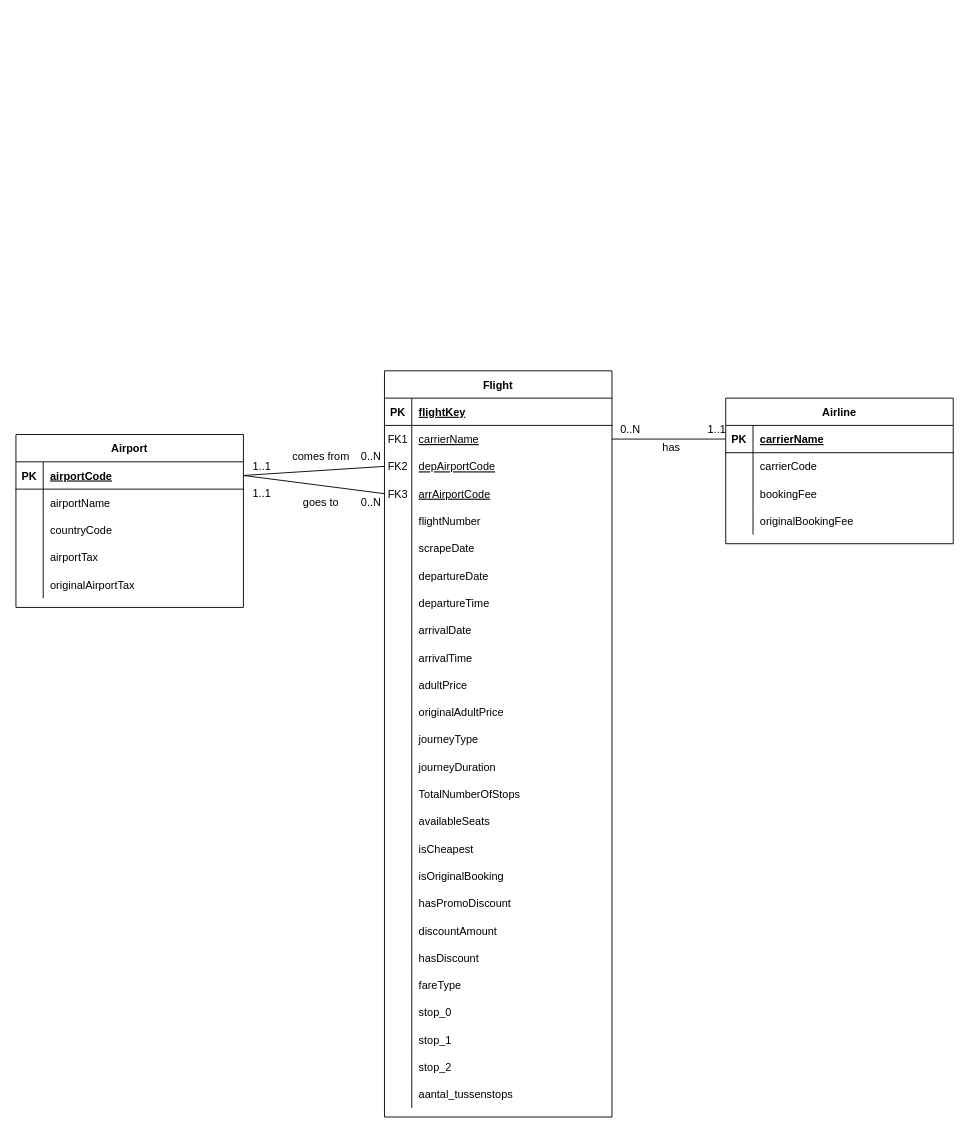
Before: erd.drawio in Floris-Buyse-FB/Data-Engineering-Project, a draw.io diagram. Source tidied: cells renumbered, new cells numbered last; positions are measured from the earlier drawing's top-left corner, leaving out a move shared by most shapes. Both pictures are drawn from the tidied source at 91%, with x=0, y=0 at pixel (15, 370).
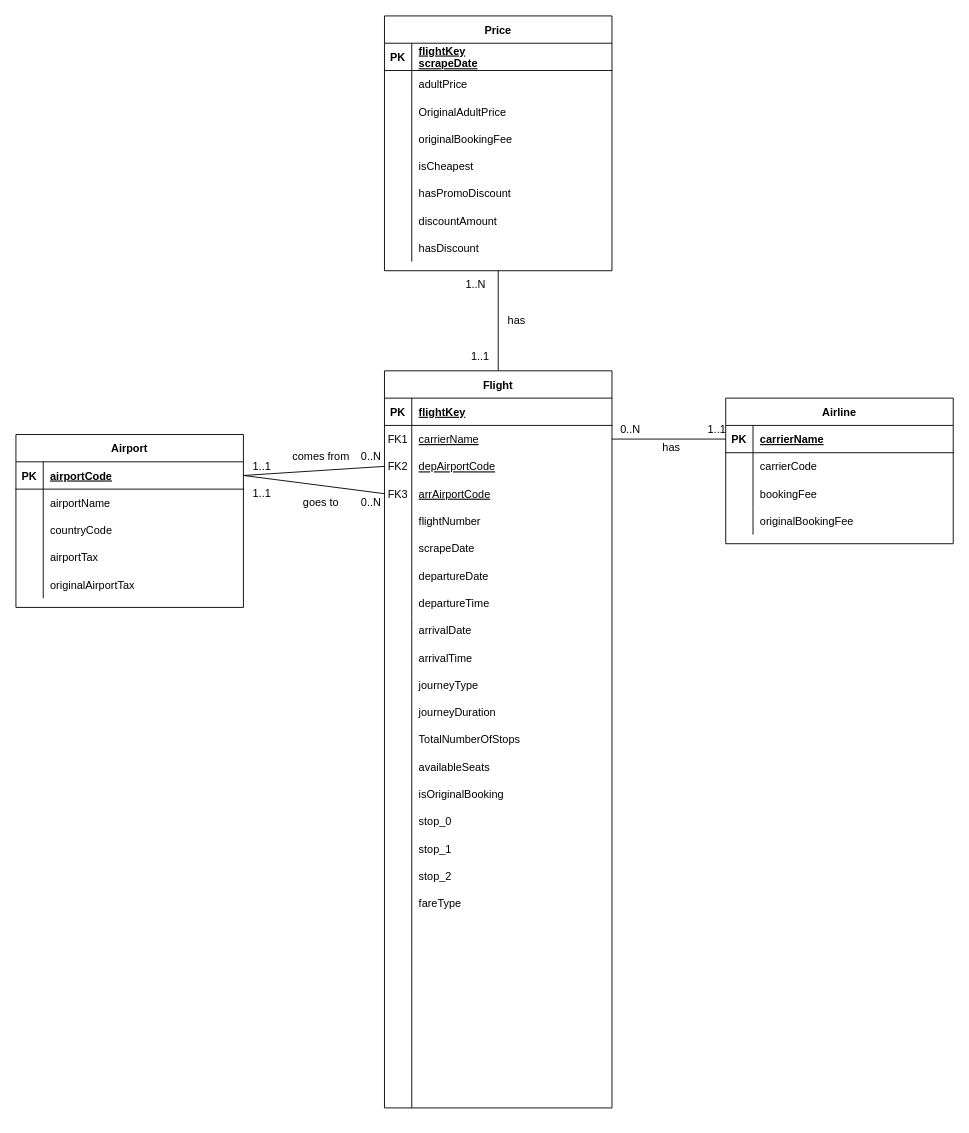
Above is the later version.

Unchanged cells that the change refers to:
```xml
<mxCell id="78" style="shape=partialRectangle;fillColor=none;top=0;left=0;right=0;bottom=0;" parent="2" vertex="1">
  <mxGeometry y="780" width="250" height="30" as="geometry" />
</mxCell>
```

Diff of the diagram source:
```diff
@@
     <mxCell id="2" value="Flight" style="shape=table;startSize=30;childLayout=tableLayout;rowLines=0;fontStyle=1;align=center;" parent="1" vertex="1">
-      <mxGeometry x="405" width="250" height="820" as="geometry" />
+      <mxGeometry x="405" width="250" height="810" as="geometry" />
     </mxCell>
@@
-    <mxCell id="33" style="shape=partialRectangle;fillColor=none;top=0;left=0;right=0;bottom=0;" parent="2" vertex="1">
-      <mxGeometry y="330" width="250" height="30" as="geometry" />
-    </mxCell>
-    <mxCell id="34" value="    " style="shape=partialRectangle;overflow=hidden;fillColor=none;top=0;left=0;bottom=0;right=0;" parent="33" vertex="1">
-      <mxGeometry width="30" height="30" as="geometry" />
-    </mxCell>
-    <mxCell id="35" value="adultPrice" style="shape=partialRectangle;overflow=hidden;fillColor=none;top=0;left=0;bottom=0;right=0;align=left;spacingLeft=6;" parent="33" vertex="1">
-      <mxGeometry x="30" width="220" height="30" as="geometry" />
-    </mxCell>
-    <mxCell id="36" style="shape=partialRectangle;fillColor=none;top=0;left=0;right=0;bottom=0;" parent="2" vertex="1">
-      <mxGeometry y="360" width="250" height="30" as="geometry" />
-    </mxCell>
-    <mxCell id="37" value="    " style="shape=partialRectangle;overflow=hidden;fillColor=none;top=0;left=0;bottom=0;right=0;" parent="36" vertex="1">
-      <mxGeometry width="30" height="30" as="geometry" />
-    </mxCell>
-    <mxCell id="38" value="originalAdultPrice" style="shape=partialRectangle;overflow=hidden;fillColor=none;top=0;left=0;bottom=0;right=0;align=left;spacingLeft=6;" parent="36" vertex="1">
-      <mxGeometry x="30" width="220" height="30" as="geometry" />
-    </mxCell>
     <mxCell id="39" style="shape=partialRectangle;fillColor=none;top=0;left=0;right=0;bottom=0;" parent="2" vertex="1">
-      <mxGeometry y="390" width="250" height="30" as="geometry" />
+      <mxGeometry y="330" width="250" height="30" as="geometry" />
     </mxCell>
@@
     <mxCell id="42" style="shape=partialRectangle;fillColor=none;top=0;left=0;right=0;bottom=0;" parent="2" vertex="1">
-      <mxGeometry y="420" width="250" height="30" as="geometry" />
+      <mxGeometry y="360" width="250" height="30" as="geometry" />
     </mxCell>
@@
     <mxCell id="45" style="shape=partialRectangle;fillColor=none;top=0;left=0;right=0;bottom=0;" parent="2" vertex="1">
-      <mxGeometry y="450" width="250" height="30" as="geometry" />
+      <mxGeometry y="390" width="250" height="30" as="geometry" />
     </mxCell>
@@
     <mxCell id="48" style="shape=partialRectangle;fillColor=none;top=0;left=0;right=0;bottom=0;" parent="2" vertex="1">
-      <mxGeometry y="480" width="250" height="30" as="geometry" />
+      <mxGeometry y="420" width="250" height="30" as="geometry" />
     </mxCell>
@@
+    <mxCell id="54" style="shape=partialRectangle;fillColor=none;top=0;left=0;right=0;bottom=0;" parent="2" vertex="1">
+      <mxGeometry y="450" width="250" height="30" as="geometry" />
+    </mxCell>
+    <mxCell id="55" style="shape=partialRectangle;overflow=hidden;fillColor=none;top=0;left=0;bottom=0;right=0;" parent="54" vertex="1">
+      <mxGeometry width="30" height="30" as="geometry" />
+    </mxCell>
+    <mxCell id="56" value="isOriginalBooking" style="shape=partialRectangle;overflow=hidden;fillColor=none;top=0;left=0;bottom=0;right=0;align=left;spacingLeft=6;" parent="54" vertex="1">
+      <mxGeometry x="30" width="220" height="30" as="geometry" />
+    </mxCell>
+    <mxCell id="69" style="shape=partialRectangle;fillColor=none;top=0;left=0;right=0;bottom=0;" parent="2" vertex="1">
+      <mxGeometry y="480" width="250" height="30" as="geometry" />
+    </mxCell>
+    <mxCell id="70" style="shape=partialRectangle;overflow=hidden;fillColor=none;top=0;left=0;bottom=0;right=0;" parent="69" vertex="1">
+      <mxGeometry width="30" height="30" as="geometry" />
+    </mxCell>
+    <mxCell id="71" value="stop_0" style="shape=partialRectangle;overflow=hidden;fillColor=none;top=0;left=0;bottom=0;right=0;align=left;spacingLeft=6;" parent="69" vertex="1">
+      <mxGeometry x="30" width="220" height="30" as="geometry" />
+    </mxCell>
+    <mxCell id="72" style="shape=partialRectangle;fillColor=none;top=0;left=0;right=0;bottom=0;" parent="2" vertex="1">
+      <mxGeometry y="510" width="250" height="30" as="geometry" />
+    </mxCell>
+    <mxCell id="73" style="shape=partialRectangle;overflow=hidden;fillColor=none;top=0;left=0;bottom=0;right=0;" parent="72" vertex="1">
+      <mxGeometry width="30" height="30" as="geometry" />
+    </mxCell>
+    <mxCell id="74" value="stop_1" style="shape=partialRectangle;overflow=hidden;fillColor=none;top=0;left=0;bottom=0;right=0;align=left;spacingLeft=6;" parent="72" vertex="1">
+      <mxGeometry x="30" width="220" height="30" as="geometry" />
+    </mxCell>
+    <mxCell id="75" style="shape=partialRectangle;fillColor=none;top=0;left=0;right=0;bottom=0;" parent="2" vertex="1">
+      <mxGeometry y="540" width="250" height="30" as="geometry" />
+    </mxCell>
+    <mxCell id="76" style="shape=partialRectangle;overflow=hidden;fillColor=none;top=0;left=0;bottom=0;right=0;" parent="75" vertex="1">
+      <mxGeometry width="30" height="30" as="geometry" />
+    </mxCell>
+    <mxCell id="77" value="stop_2" style="shape=partialRectangle;overflow=hidden;fillColor=none;top=0;left=0;bottom=0;right=0;align=left;spacingLeft=6;" parent="75" vertex="1">
+      <mxGeometry x="30" width="220" height="30" as="geometry" />
+    </mxCell>
+    <mxCell id="66" style="shape=partialRectangle;fillColor=none;top=0;left=0;right=0;bottom=0;" parent="2" vertex="1">
+      <mxGeometry y="570" width="250" height="30" as="geometry" />
+    </mxCell>
+    <mxCell id="67" style="shape=partialRectangle;overflow=hidden;fillColor=none;top=0;left=0;bottom=0;right=0;" parent="66" vertex="1">
+      <mxGeometry width="30" height="30" as="geometry" />
+    </mxCell>
+    <mxCell id="68" value="fareType" style="shape=partialRectangle;overflow=hidden;fillColor=none;top=0;left=0;bottom=0;right=0;align=left;spacingLeft=6;" parent="66" vertex="1">
+      <mxGeometry x="30" width="220" height="30" as="geometry" />
+    </mxCell>
+    <mxCell id="33" style="shape=partialRectangle;fillColor=none;top=0;left=0;right=0;bottom=0;" parent="2" vertex="1">
+      <mxGeometry y="600" width="250" height="30" as="geometry" />
+    </mxCell>
+    <mxCell id="34" value="    " style="shape=partialRectangle;overflow=hidden;fillColor=none;top=0;left=0;bottom=0;right=0;" parent="33" vertex="1">
+      <mxGeometry width="30" height="30" as="geometry" />
+    </mxCell>
+    <mxCell id="35" style="shape=partialRectangle;overflow=hidden;fillColor=none;top=0;left=0;bottom=0;right=0;align=left;spacingLeft=6;" parent="33" vertex="1">
+      <mxGeometry x="30" width="220" height="30" as="geometry" />
+    </mxCell>
+    <mxCell id="36" style="shape=partialRectangle;fillColor=none;top=0;left=0;right=0;bottom=0;" parent="2" vertex="1">
+      <mxGeometry y="630" width="250" height="30" as="geometry" />
+    </mxCell>
+    <mxCell id="37" value="    " style="shape=partialRectangle;overflow=hidden;fillColor=none;top=0;left=0;bottom=0;right=0;" parent="36" vertex="1">
+      <mxGeometry width="30" height="30" as="geometry" />
+    </mxCell>
+    <mxCell id="38" style="shape=partialRectangle;overflow=hidden;fillColor=none;top=0;left=0;bottom=0;right=0;align=left;spacingLeft=6;" parent="36" vertex="1">
+      <mxGeometry x="30" width="220" height="30" as="geometry" />
+    </mxCell>
     <mxCell id="51" style="shape=partialRectangle;fillColor=none;top=0;left=0;right=0;bottom=0;" parent="2" vertex="1">
-      <mxGeometry y="510" width="250" height="30" as="geometry" />
+      <mxGeometry y="660" width="250" height="30" as="geometry" />
     </mxCell>
@@
-    <mxCell id="53" value="isCheapest" style="shape=partialRectangle;overflow=hidden;fillColor=none;top=0;left=0;bottom=0;right=0;align=left;spacingLeft=6;" parent="51" vertex="1">
+    <mxCell id="53" style="shape=partialRectangle;overflow=hidden;fillColor=none;top=0;left=0;bottom=0;right=0;align=left;spacingLeft=6;" parent="51" vertex="1">
       <mxGeometry x="30" width="220" height="30" as="geometry" />
     </mxCell>
-    <mxCell id="54" style="shape=partialRectangle;fillColor=none;top=0;left=0;right=0;bottom=0;" parent="2" vertex="1">
-      <mxGeometry y="540" width="250" height="30" as="geometry" />
-    </mxCell>
-    <mxCell id="55" style="shape=partialRectangle;overflow=hidden;fillColor=none;top=0;left=0;bottom=0;right=0;" parent="54" vertex="1">
-      <mxGeometry width="30" height="30" as="geometry" />
-    </mxCell>
-    <mxCell id="56" value="isOriginalBooking" style="shape=partialRectangle;overflow=hidden;fillColor=none;top=0;left=0;bottom=0;right=0;align=left;spacingLeft=6;" parent="54" vertex="1">
-      <mxGeometry x="30" width="220" height="30" as="geometry" />
-    </mxCell>
     <mxCell id="57" style="shape=partialRectangle;fillColor=none;top=0;left=0;right=0;bottom=0;" parent="2" vertex="1">
-      <mxGeometry y="570" width="250" height="30" as="geometry" />
+      <mxGeometry y="690" width="250" height="30" as="geometry" />
     </mxCell>
@@
-    <mxCell id="59" value="hasPromoDiscount" style="shape=partialRectangle;overflow=hidden;fillColor=none;top=0;left=0;bottom=0;right=0;align=left;spacingLeft=6;" parent="57" vertex="1">
+    <mxCell id="59" style="shape=partialRectangle;overflow=hidden;fillColor=none;top=0;left=0;bottom=0;right=0;align=left;spacingLeft=6;" parent="57" vertex="1">
       <mxGeometry x="30" width="220" height="30" as="geometry" />
     </mxCell>
     <mxCell id="60" style="shape=partialRectangle;fillColor=none;top=0;left=0;right=0;bottom=0;" parent="2" vertex="1">
-      <mxGeometry y="600" width="250" height="30" as="geometry" />
+      <mxGeometry y="720" width="250" height="30" as="geometry" />
     </mxCell>
@@
-    <mxCell id="62" value="discountAmount" style="shape=partialRectangle;overflow=hidden;fillColor=none;top=0;left=0;bottom=0;right=0;align=left;spacingLeft=6;" parent="60" vertex="1">
+    <mxCell id="62" style="shape=partialRectangle;overflow=hidden;fillColor=none;top=0;left=0;bottom=0;right=0;align=left;spacingLeft=6;" parent="60" vertex="1">
       <mxGeometry x="30" width="220" height="30" as="geometry" />
     </mxCell>
     <mxCell id="63" style="shape=partialRectangle;fillColor=none;top=0;left=0;right=0;bottom=0;" parent="2" vertex="1">
-      <mxGeometry y="630" width="250" height="30" as="geometry" />
+      <mxGeometry y="750" width="250" height="30" as="geometry" />
     </mxCell>
@@
-    <mxCell id="65" value="hasDiscount" style="shape=partialRectangle;overflow=hidden;fillColor=none;top=0;left=0;bottom=0;right=0;align=left;spacingLeft=6;" parent="63" vertex="1">
+    <mxCell id="65" style="shape=partialRectangle;overflow=hidden;fillColor=none;top=0;left=0;bottom=0;right=0;align=left;spacingLeft=6;" parent="63" vertex="1">
       <mxGeometry x="30" width="220" height="30" as="geometry" />
     </mxCell>
-    <mxCell id="66" style="shape=partialRectangle;fillColor=none;top=0;left=0;right=0;bottom=0;" parent="2" vertex="1">
-      <mxGeometry y="660" width="250" height="30" as="geometry" />
-    </mxCell>
-    <mxCell id="67" style="shape=partialRectangle;overflow=hidden;fillColor=none;top=0;left=0;bottom=0;right=0;" parent="66" vertex="1">
-      <mxGeometry width="30" height="30" as="geometry" />
-    </mxCell>
-    <mxCell id="68" value="fareType" style="shape=partialRectangle;overflow=hidden;fillColor=none;top=0;left=0;bottom=0;right=0;align=left;spacingLeft=6;" parent="66" vertex="1">
-      <mxGeometry x="30" width="220" height="30" as="geometry" />
-    </mxCell>
-    <mxCell id="69" style="shape=partialRectangle;fillColor=none;top=0;left=0;right=0;bottom=0;" parent="2" vertex="1">
-      <mxGeometry y="690" width="250" height="30" as="geometry" />
-    </mxCell>
-    <mxCell id="70" style="shape=partialRectangle;overflow=hidden;fillColor=none;top=0;left=0;bottom=0;right=0;" parent="69" vertex="1">
-      <mxGeometry width="30" height="30" as="geometry" />
-    </mxCell>
-    <mxCell id="71" value="stop_0" style="shape=partialRectangle;overflow=hidden;fillColor=none;top=0;left=0;bottom=0;right=0;align=left;spacingLeft=6;" parent="69" vertex="1">
-      <mxGeometry x="30" width="220" height="30" as="geometry" />
-    </mxCell>
-    <mxCell id="72" style="shape=partialRectangle;fillColor=none;top=0;left=0;right=0;bottom=0;" parent="2" vertex="1">
-      <mxGeometry y="720" width="250" height="30" as="geometry" />
-    </mxCell>
-    <mxCell id="73" style="shape=partialRectangle;overflow=hidden;fillColor=none;top=0;left=0;bottom=0;right=0;" parent="72" vertex="1">
-      <mxGeometry width="30" height="30" as="geometry" />
-    </mxCell>
-    <mxCell id="74" value="stop_1" style="shape=partialRectangle;overflow=hidden;fillColor=none;top=0;left=0;bottom=0;right=0;align=left;spacingLeft=6;" parent="72" vertex="1">
-      <mxGeometry x="30" width="220" height="30" as="geometry" />
-    </mxCell>
-    <mxCell id="75" style="shape=partialRectangle;fillColor=none;top=0;left=0;right=0;bottom=0;" parent="2" vertex="1">
-      <mxGeometry y="750" width="250" height="30" as="geometry" />
-    </mxCell>
-    <mxCell id="76" style="shape=partialRectangle;overflow=hidden;fillColor=none;top=0;left=0;bottom=0;right=0;" parent="75" vertex="1">
-      <mxGeometry width="30" height="30" as="geometry" />
-    </mxCell>
-    <mxCell id="77" value="stop_2" style="shape=partialRectangle;overflow=hidden;fillColor=none;top=0;left=0;bottom=0;right=0;align=left;spacingLeft=6;" parent="75" vertex="1">
-      <mxGeometry x="30" width="220" height="30" as="geometry" />
-    </mxCell>
@@
-    <mxCell id="80" value="aantal_tussenstops" style="shape=partialRectangle;overflow=hidden;fillColor=none;top=0;left=0;bottom=0;right=0;align=left;spacingLeft=6;" parent="78" vertex="1">
+    <mxCell id="80" style="shape=partialRectangle;overflow=hidden;fillColor=none;top=0;left=0;bottom=0;right=0;align=left;spacingLeft=6;" parent="78" vertex="1">
       <mxGeometry x="30" width="220" height="30" as="geometry" />
     </mxCell>
@@
+    <mxCell id="122" style="edgeStyle=none;rounded=0;jettySize=auto;html=1;exitX=0.5;exitY=1;exitDx=0;exitDy=0;entryX=0.5;entryY=0;entryDx=0;entryDy=0;endArrow=none;endFill=0;" parent="1" edge="1" source="123" target="2">
+      <mxGeometry relative="1" as="geometry" />
+    </mxCell>
+    <mxCell id="123" value="Price" style="shape=table;startSize=30;childLayout=tableLayout;rowLines=0;fontStyle=1;align=center;" parent="1" vertex="1">
+      <mxGeometry x="405" y="-390" width="250" height="280" as="geometry" />
+    </mxCell>
+    <mxCell id="124" style="shape=partialRectangle;fillColor=none;top=0;left=0;right=0;bottom=1;" parent="123" vertex="1">
+      <mxGeometry y="30" width="250" height="30" as="geometry" />
+    </mxCell>
+    <mxCell id="125" value="PK" style="shape=partialRectangle;overflow=hidden;fillColor=none;top=0;left=0;bottom=0;right=0;fontStyle=1;" parent="124" vertex="1">
+      <mxGeometry width="30" height="30" as="geometry" />
+    </mxCell>
+    <mxCell id="126" value="flightKey&#10;scrapeDate" style="shape=partialRectangle;overflow=hidden;fillColor=none;top=0;left=0;bottom=0;right=0;align=left;spacingLeft=6;fontStyle=5;" parent="124" vertex="1">
+      <mxGeometry x="30" width="220" height="30" as="geometry" />
+    </mxCell>
+    <mxCell id="127" style="shape=partialRectangle;fillColor=none;top=0;left=0;right=0;bottom=0;" parent="123" vertex="1">
+      <mxGeometry y="60" width="250" height="30" as="geometry" />
+    </mxCell>
+    <mxCell id="128" style="shape=partialRectangle;overflow=hidden;fillColor=none;top=0;left=0;bottom=0;right=0;" parent="127" vertex="1">
+      <mxGeometry width="30" height="30" as="geometry" />
+    </mxCell>
+    <mxCell id="129" value="adultPrice" style="shape=partialRectangle;overflow=hidden;fillColor=none;top=0;left=0;bottom=0;right=0;align=left;spacingLeft=6;" parent="127" vertex="1">
+      <mxGeometry x="30" width="220" height="30" as="geometry" />
+    </mxCell>
+    <mxCell id="130" style="shape=partialRectangle;fillColor=none;top=0;left=0;right=0;bottom=0;" parent="123" vertex="1">
+      <mxGeometry y="90" width="250" height="30" as="geometry" />
+    </mxCell>
+    <mxCell id="131" style="shape=partialRectangle;overflow=hidden;fillColor=none;top=0;left=0;bottom=0;right=0;" parent="130" vertex="1">
+      <mxGeometry width="30" height="30" as="geometry" />
+    </mxCell>
+    <mxCell id="132" value="OriginalAdultPrice" style="shape=partialRectangle;overflow=hidden;fillColor=none;top=0;left=0;bottom=0;right=0;align=left;spacingLeft=6;" parent="130" vertex="1">
+      <mxGeometry x="30" width="220" height="30" as="geometry" />
+    </mxCell>
+    <mxCell id="133" style="shape=partialRectangle;fillColor=none;top=0;left=0;right=0;bottom=0;" parent="123" vertex="1">
+      <mxGeometry y="120" width="250" height="30" as="geometry" />
+    </mxCell>
+    <mxCell id="134" style="shape=partialRectangle;overflow=hidden;fillColor=none;top=0;left=0;bottom=0;right=0;" parent="133" vertex="1">
+      <mxGeometry width="30" height="30" as="geometry" />
+    </mxCell>
+    <mxCell id="135" value="originalBookingFee" style="shape=partialRectangle;overflow=hidden;fillColor=none;top=0;left=0;bottom=0;right=0;align=left;spacingLeft=6;" parent="133" vertex="1">
+      <mxGeometry x="30" width="220" height="30" as="geometry" />
+    </mxCell>
+    <mxCell id="136" style="shape=partialRectangle;fillColor=none;top=0;left=0;right=0;bottom=0;" parent="123" vertex="1">
+      <mxGeometry y="150" width="250" height="30" as="geometry" />
+    </mxCell>
+    <mxCell id="137" style="shape=partialRectangle;overflow=hidden;fillColor=none;top=0;left=0;bottom=0;right=0;" parent="136" vertex="1">
+      <mxGeometry width="30" height="30" as="geometry" />
+    </mxCell>
+    <mxCell id="138" value="isCheapest" style="shape=partialRectangle;overflow=hidden;fillColor=none;top=0;left=0;bottom=0;right=0;align=left;spacingLeft=6;" parent="136" vertex="1">
+      <mxGeometry x="30" width="220" height="30" as="geometry" />
+    </mxCell>
+    <mxCell id="139" style="shape=partialRectangle;fillColor=none;top=0;left=0;right=0;bottom=0;" parent="123" vertex="1">
+      <mxGeometry y="180" width="250" height="30" as="geometry" />
+    </mxCell>
+    <mxCell id="140" style="shape=partialRectangle;overflow=hidden;fillColor=none;top=0;left=0;bottom=0;right=0;" parent="139" vertex="1">
+      <mxGeometry width="30" height="30" as="geometry" />
+    </mxCell>
+    <mxCell id="141" value="hasPromoDiscount" style="shape=partialRectangle;overflow=hidden;fillColor=none;top=0;left=0;bottom=0;right=0;align=left;spacingLeft=6;" parent="139" vertex="1">
+      <mxGeometry x="30" width="220" height="30" as="geometry" />
+    </mxCell>
+    <mxCell id="142" style="shape=partialRectangle;fillColor=none;top=0;left=0;right=0;bottom=0;" parent="123" vertex="1">
+      <mxGeometry y="210" width="250" height="30" as="geometry" />
+    </mxCell>
+    <mxCell id="143" style="shape=partialRectangle;overflow=hidden;fillColor=none;top=0;left=0;bottom=0;right=0;" parent="142" vertex="1">
+      <mxGeometry width="30" height="30" as="geometry" />
+    </mxCell>
+    <mxCell id="144" value="discountAmount" style="shape=partialRectangle;overflow=hidden;fillColor=none;top=0;left=0;bottom=0;right=0;align=left;spacingLeft=6;" parent="142" vertex="1">
+      <mxGeometry x="30" width="220" height="30" as="geometry" />
+    </mxCell>
+    <mxCell id="145" style="shape=partialRectangle;fillColor=none;top=0;left=0;right=0;bottom=0;" parent="123" vertex="1">
+      <mxGeometry y="240" width="250" height="30" as="geometry" />
+    </mxCell>
+    <mxCell id="146" style="shape=partialRectangle;overflow=hidden;fillColor=none;top=0;left=0;bottom=0;right=0;" parent="145" vertex="1">
+      <mxGeometry width="30" height="30" as="geometry" />
+    </mxCell>
+    <mxCell id="147" value="hasDiscount" style="shape=partialRectangle;overflow=hidden;fillColor=none;top=0;left=0;bottom=0;right=0;align=left;spacingLeft=6;" parent="145" vertex="1">
+      <mxGeometry x="30" width="220" height="30" as="geometry" />
+    </mxCell>
+    <mxCell id="148" value="has" style="text;html=1;align=center;verticalAlign=middle;strokeColor=none;fillColor=none;" parent="1" vertex="1">
+      <mxGeometry x="530" y="-70" width="40" height="30" as="geometry" />
+    </mxCell>
+    <mxCell id="149" value="1..N" style="text;html=1;align=center;verticalAlign=middle;strokeColor=none;fillColor=none;" parent="1" vertex="1">
+      <mxGeometry x="480" y="-110" width="50" height="30" as="geometry" />
+    </mxCell>
+    <mxCell id="150" value="1..1" style="text;html=1;align=center;verticalAlign=middle;strokeColor=none;fillColor=none;" parent="1" vertex="1">
+      <mxGeometry x="490" y="-30" width="40" height="30" as="geometry" />
+    </mxCell>
```
